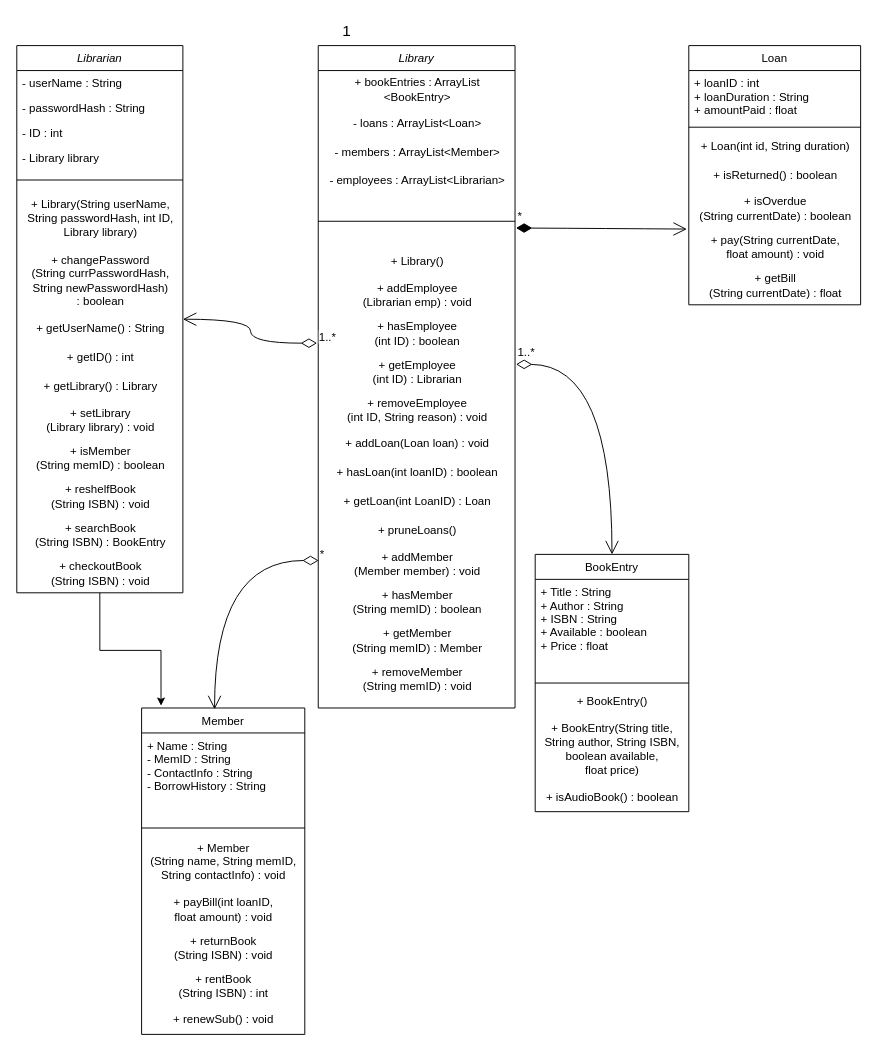
This is Untitled Diagram.drawio from Twpendleton/ClassUMLDiagram, a draw.io file, before an edit. Source tidied: cells renumbered, new cells numbered last; positions are measured from the earlier drawing's top-left corner, leaving out a move shared by most shapes. Both pictures are drawn from the tidied source at 96%, with x=0, y=0 at pixel (16, 16).
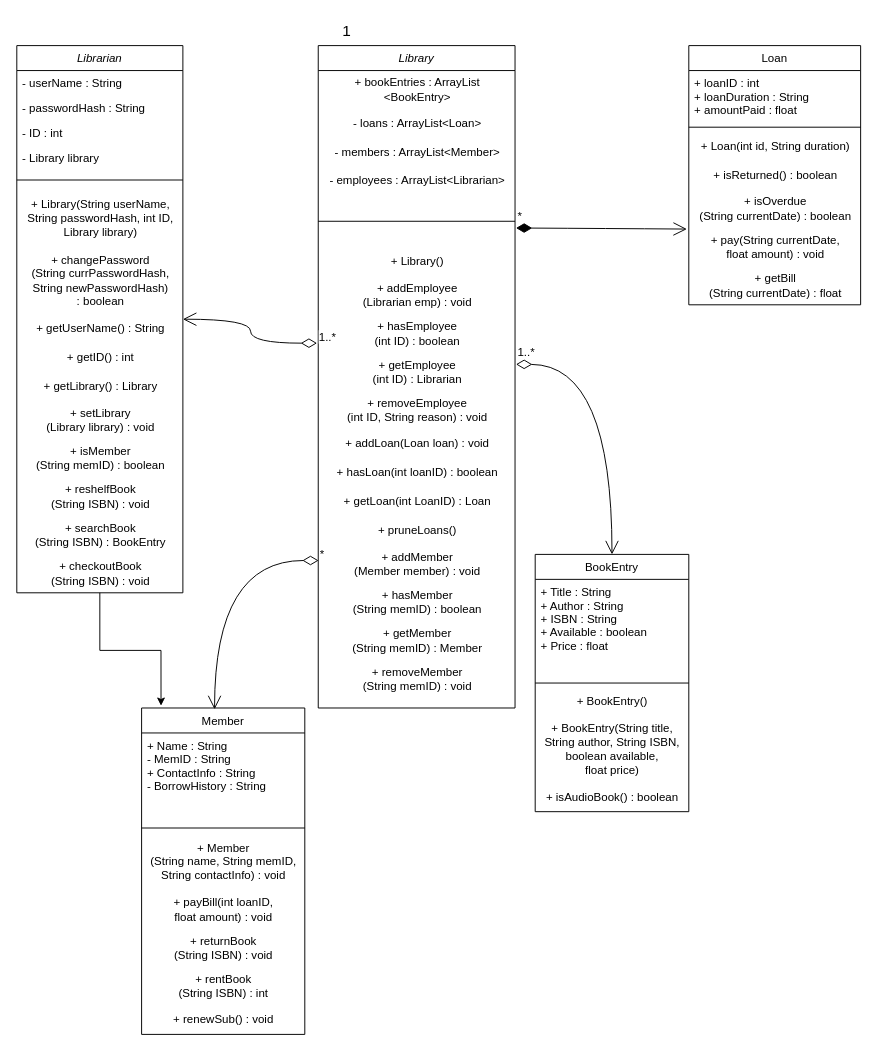
The same page after the edit.

Commit message:
Make ContactInfo in Member public, like Name

Unchanged cells that the change refers to:
```xml
<mxCell id="18" value="Member" style="swimlane;fontStyle=0;align=center;verticalAlign=top;horizontal=1;startSize=26;rounded=0;shadow=0;strokeWidth=1;" parent="1" vertex="1">
  <mxGeometry x="130" y="720" width="170" height="340" as="geometry" />
</mxCell>
```

The edit, as a diff of the source:
```diff
@@
-    <mxCell id="19" value="+ Name : String&#10;- MemID : String&#10;- ContactInfo : String&#10;- BorrowHistory : String&#10;" style="text;align=left;verticalAlign=top;spacingLeft=4;spacingRight=4;overflow=hidden;" parent="18" vertex="1">
+    <mxCell id="19" value="+ Name : String&#10;- MemID : String&#10;+ ContactInfo : String&#10;- BorrowHistory : String&#10;" style="text;align=left;verticalAlign=top;spacingLeft=4;spacingRight=4;overflow=hidden;" parent="18" vertex="1">
       <mxGeometry y="26" width="170" height="94" as="geometry" />
     </mxCell>
```
